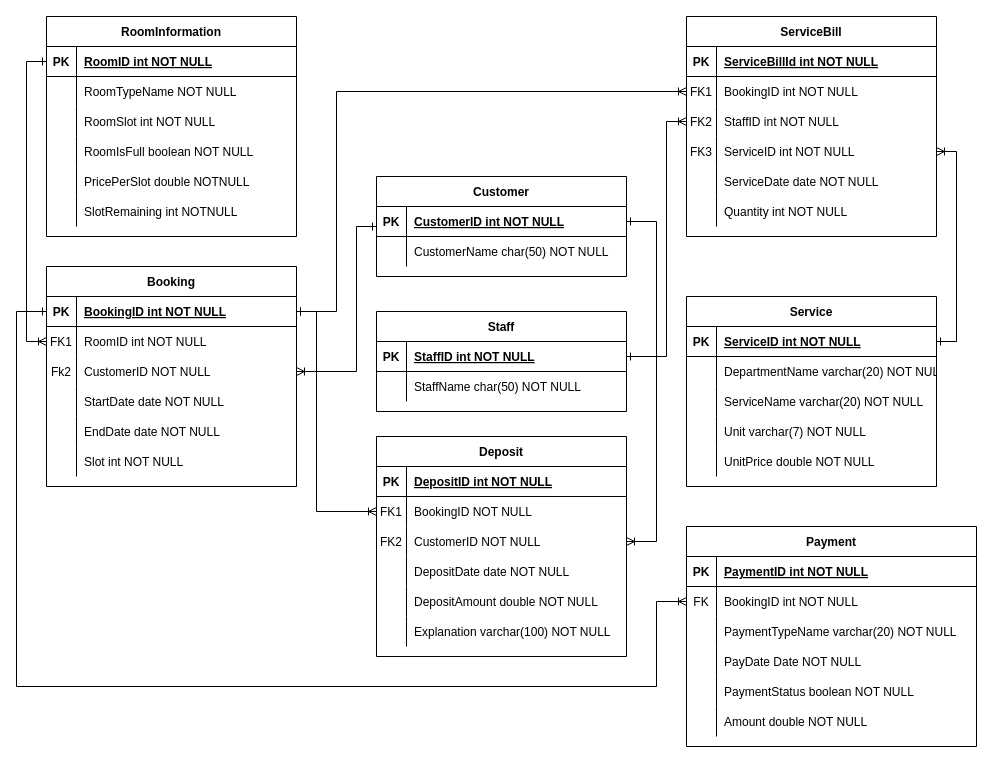
jonathanha52/SE104.L23.PMCL keeps this draw.io diagram as Diagram/Entity Relationship Diagram.drawio. Above is the earlier version. Source tidied: cells renumbered, new cells numbered last; positions are measured from the earlier drawing's top-left corner, leaving out a move shared by most shapes. Both pictures are drawn from the tidied source at 100%, with x=0, y=0 at pixel (16, 16).
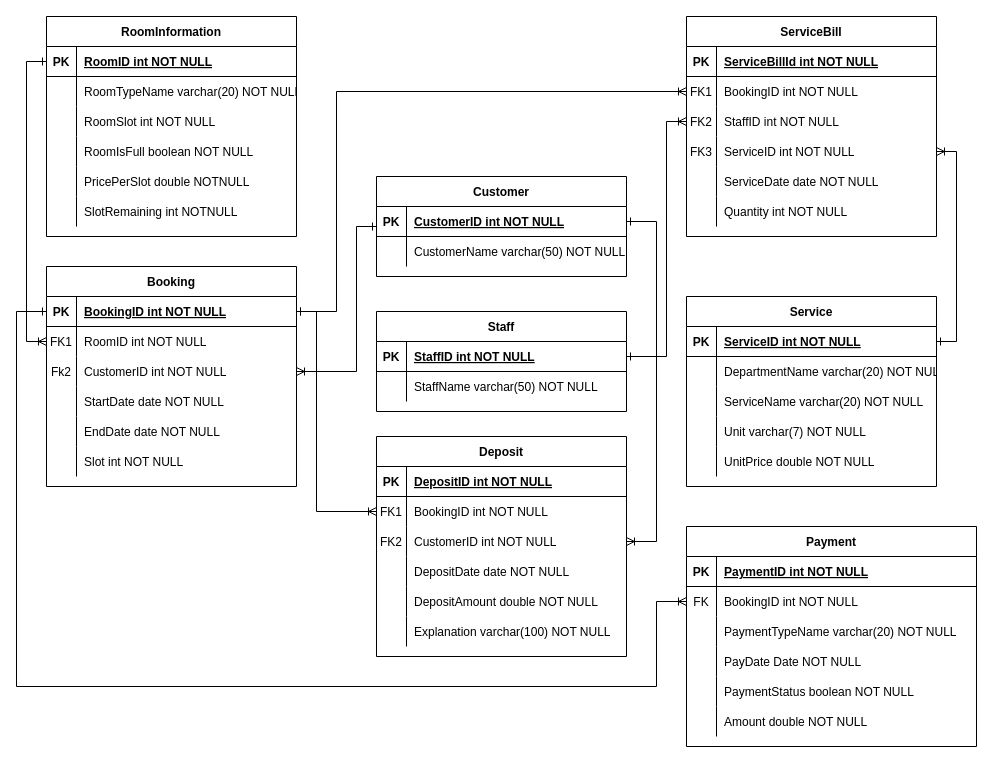
The same diagram, later.

Commit message:
fix missing datatype

The change refers to these unchanged cells:
```xml
<mxCell id="42" style="shape=partialRectangle;fillColor=none;top=0;left=0;right=0;bottom=0;" parent="38" vertex="1">
  <mxGeometry y="60" width="250" height="30" as="geometry" />
</mxCell>
<mxCell id="49" style="shape=partialRectangle;fillColor=none;top=0;left=0;right=0;bottom=0;" parent="45" vertex="1">
  <mxGeometry y="60" width="250" height="30" as="geometry" />
</mxCell>
<mxCell id="56" style="shape=partialRectangle;fillColor=none;points=[[0,0.5],[1,0.5]];portConstraint=eastwest;top=0;left=0;right=0;bottom=0;" parent="52" vertex="1">
  <mxGeometry y="60" width="250" height="30" as="geometry" />
</mxCell>
<mxCell id="59" style="shape=partialRectangle;fillColor=none;points=[[0,0.5],[1,0.5]];portConstraint=eastwest;top=0;left=0;right=0;bottom=0;" parent="52" vertex="1">
  <mxGeometry y="90" width="250" height="30" as="geometry" />
</mxCell>
<mxCell id="76" style="shape=partialRectangle;fillColor=none;top=0;left=0;right=0;bottom=0;" parent="72" vertex="1">
  <mxGeometry y="60" width="250" height="30" as="geometry" />
</mxCell>
<mxCell id="119" style="shape=partialRectangle;fillColor=none;points=[[0,0.5],[1,0.5]];portConstraint=eastwest;top=0;left=0;right=0;bottom=0;" parent="112" vertex="1">
  <mxGeometry y="90" width="250" height="30" as="geometry" />
</mxCell>
```

Change to the diagram source:
```diff
@@
-    <mxCell id="44" value="CustomerName char(50) NOT NULL" style="shape=partialRectangle;overflow=hidden;fillColor=none;top=0;left=0;bottom=0;right=0;align=left;spacingLeft=6;" parent="42" vertex="1">
+    <mxCell id="44" value="CustomerName varchar(50) NOT NULL" style="shape=partialRectangle;overflow=hidden;fillColor=none;top=0;left=0;bottom=0;right=0;align=left;spacingLeft=6;" parent="42" vertex="1">
       <mxGeometry x="30" width="220" height="30" as="geometry" />
     </mxCell>
@@
-    <mxCell id="51" value="StaffName char(50) NOT NULL" style="shape=partialRectangle;overflow=hidden;fillColor=none;top=0;left=0;bottom=0;right=0;align=left;spacingLeft=6;" parent="49" vertex="1">
+    <mxCell id="51" value="StaffName varchar(50) NOT NULL" style="shape=partialRectangle;overflow=hidden;fillColor=none;top=0;left=0;bottom=0;right=0;align=left;spacingLeft=6;" parent="49" vertex="1">
       <mxGeometry x="30" width="220" height="30" as="geometry" />
     </mxCell>
@@
-    <mxCell id="58" value="BookingID NOT NULL" style="shape=partialRectangle;overflow=hidden;fillColor=none;top=0;left=0;bottom=0;right=0;align=left;spacingLeft=6;" parent="56" vertex="1">
+    <mxCell id="58" value="BookingID int NOT NULL" style="shape=partialRectangle;overflow=hidden;fillColor=none;top=0;left=0;bottom=0;right=0;align=left;spacingLeft=6;" parent="56" vertex="1">
       <mxGeometry x="30" width="220" height="30" as="geometry" />
     </mxCell>
@@
-    <mxCell id="61" value="CustomerID NOT NULL" style="shape=partialRectangle;overflow=hidden;fillColor=none;top=0;left=0;bottom=0;right=0;align=left;spacingLeft=6;" parent="59" vertex="1">
+    <mxCell id="61" value="CustomerID int NOT NULL" style="shape=partialRectangle;overflow=hidden;fillColor=none;top=0;left=0;bottom=0;right=0;align=left;spacingLeft=6;" parent="59" vertex="1">
       <mxGeometry x="30" width="220" height="30" as="geometry" />
     </mxCell>
@@
-    <mxCell id="78" value="RoomTypeName NOT NULL" style="shape=partialRectangle;overflow=hidden;fillColor=none;top=0;left=0;bottom=0;right=0;align=left;spacingLeft=6;" parent="76" vertex="1">
+    <mxCell id="78" value="RoomTypeName varchar(20) NOT NULL" style="shape=partialRectangle;overflow=hidden;fillColor=none;top=0;left=0;bottom=0;right=0;align=left;spacingLeft=6;" parent="76" vertex="1">
       <mxGeometry x="30" width="220" height="30" as="geometry" />
     </mxCell>
@@
-    <mxCell id="121" value="CustomerID NOT NULL" style="shape=partialRectangle;overflow=hidden;fillColor=none;top=0;left=0;bottom=0;right=0;align=left;spacingLeft=6;" parent="119" vertex="1">
+    <mxCell id="121" value="CustomerID int NOT NULL" style="shape=partialRectangle;overflow=hidden;fillColor=none;top=0;left=0;bottom=0;right=0;align=left;spacingLeft=6;" parent="119" vertex="1">
       <mxGeometry x="30" width="220" height="30" as="geometry" />
     </mxCell>
```
